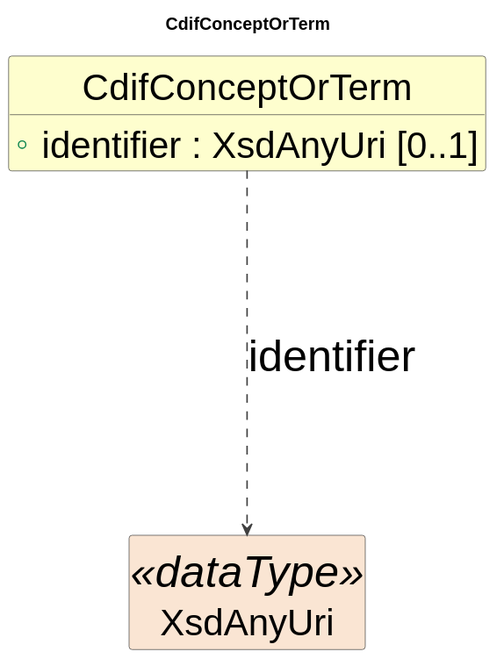
Before: cdif-uml-model/_plantuml/discoveryDataDescription/Classes/CdifConceptOrTerm.svg, a diagram exported from PlantUML (Cross-Domain-Interoperability-Framework/metadataBuildingBlocks). The source it was exported from:
```plantuml
@startuml
title CdifConceptOrTerm
hide circle
hide empty members
skinparam shadowing false
skinparam ArrowThickness 1.2
skinparam ranksep 250
skinparam nodesep 20
skinparam defaultFontSize 36
skinparam class {
  ArrowColor #404040
  BorderColor #404040
  FontSize 36
  AttributeFontSize 30
}

class "CdifConceptOrTerm" as CdifConceptOrTerm #FEFECE {
  +identifier : XsdAnyUri [0..1]
}
class "XsdAnyUri" as XsdAnyUri <<dataType>> #FAE5D3
CdifConceptOrTerm ..> XsdAnyUri : identifier
@enduml
```
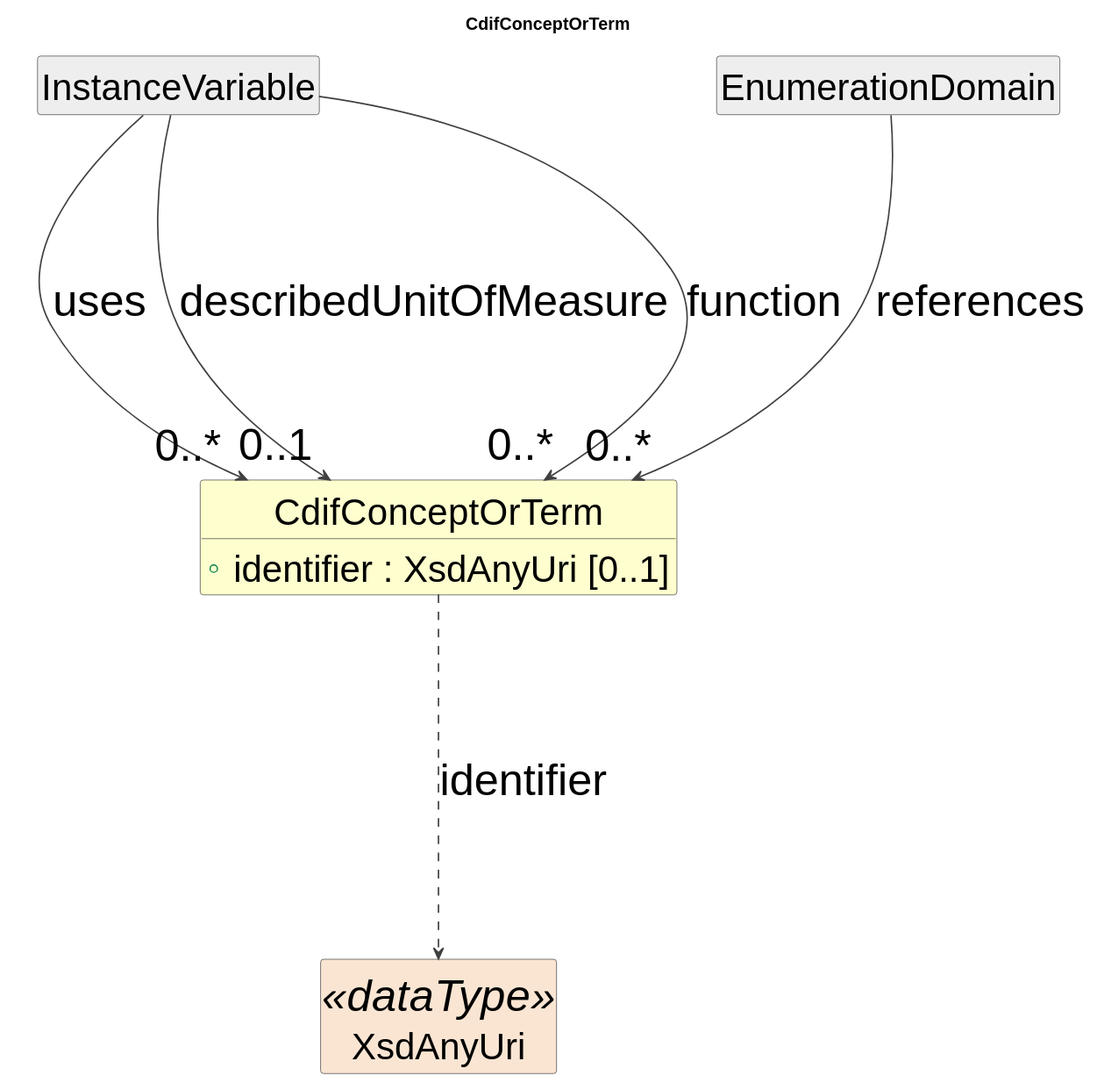
After the change.

What changed in the source:
```diff
@@ -17,6 +17,12 @@
 class "CdifConceptOrTerm" as CdifConceptOrTerm #FEFECE {
   +identifier : XsdAnyUri [0..1]
 }
+class "InstanceVariable" as InstanceVariable #EEEEEE
+InstanceVariable --> "0..*" CdifConceptOrTerm : uses
+InstanceVariable --> "0..1" CdifConceptOrTerm : describedUnitOfMeasure
+InstanceVariable --> "0..*" CdifConceptOrTerm : function
+class "EnumerationDomain" as EnumerationDomain #EEEEEE
+EnumerationDomain --> "0..*" CdifConceptOrTerm : references
 class "XsdAnyUri" as XsdAnyUri <<dataType>> #FAE5D3
 CdifConceptOrTerm ..> XsdAnyUri : identifier
 @enduml
```
